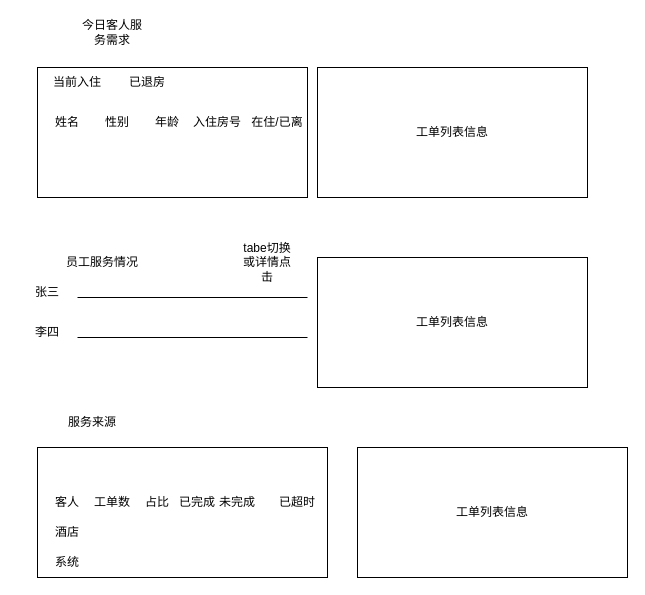
daniel-7d/draw keeps this draw.io diagram as xzzh/服务管家今日数据大屏补全数据.drawio. Above is the earlier version. Source tidied: cells renumbered, new cells numbered last; positions are measured from the earlier drawing's top-left corner, leaving out a move shared by most shapes. Both pictures are drawn from the tidied source at 100%, with x=0, y=0 at pixel (17, 17).
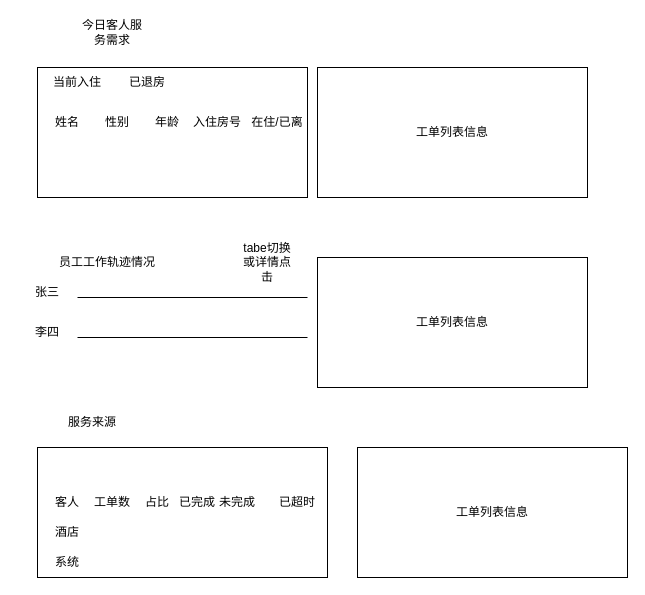
After the change.

Commit message:
更新服务管家今日数据大屏补全数据.drawio

The edit, as a diff of the source:
```diff
@@
-    <mxCell id="13" value="员工服务情况" style="text;html=1;align=center;verticalAlign=middle;whiteSpace=wrap;rounded=0;" parent="1" vertex="1">
-      <mxGeometry x="40" y="230" width="90" height="30" as="geometry" />
+    <mxCell id="13" value="员工工作轨迹情况" style="text;html=1;align=center;verticalAlign=middle;whiteSpace=wrap;rounded=0;" parent="1" vertex="1">
+      <mxGeometry x="40" y="230" width="100" height="30" as="geometry" />
     </mxCell>
```
